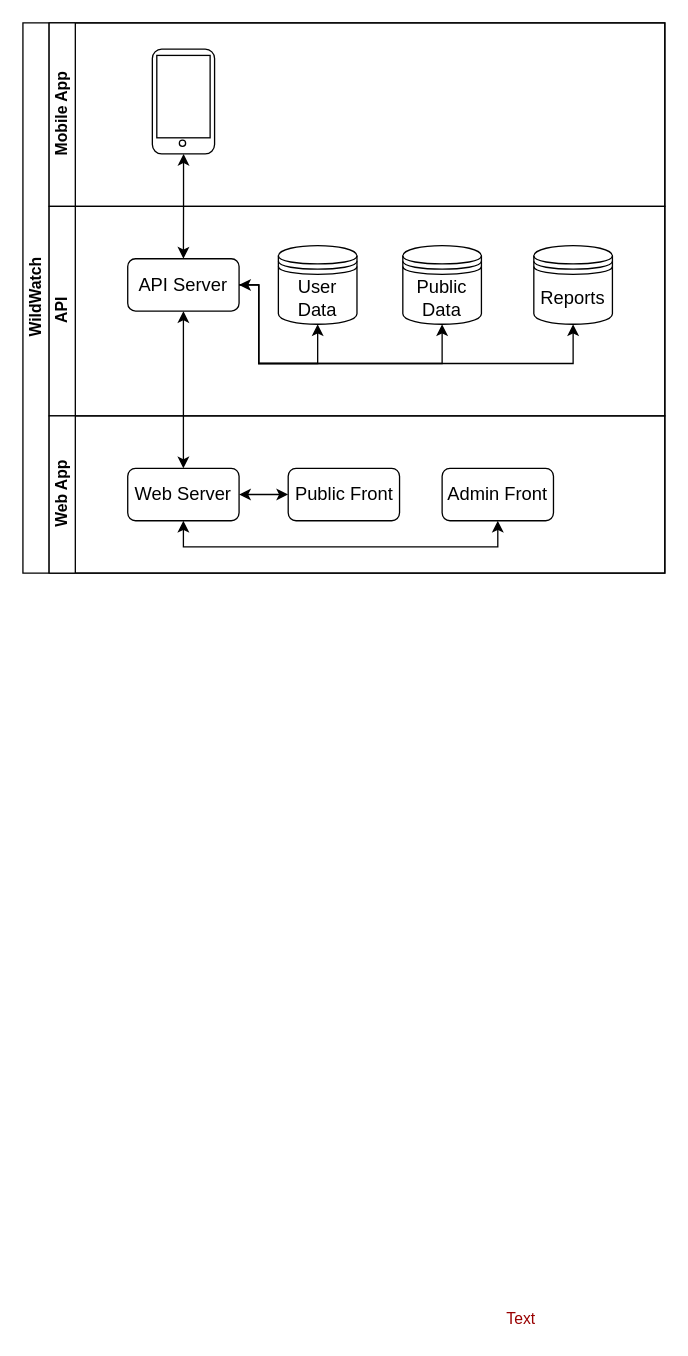
The draw.io diagram page "Swimlane" (5 of 5) of docs/WildWatchWeb.drawio in AlyShmahell/IonicBirdWatch, before the edit. Source tidied: cells renumbered, new cells numbered last; positions are measured from the earlier drawing's top-left corner, leaving out a move shared by most shapes. Both pictures are drawn from the tidied source at 131%, with x=0, y=0 at pixel (22, 22).
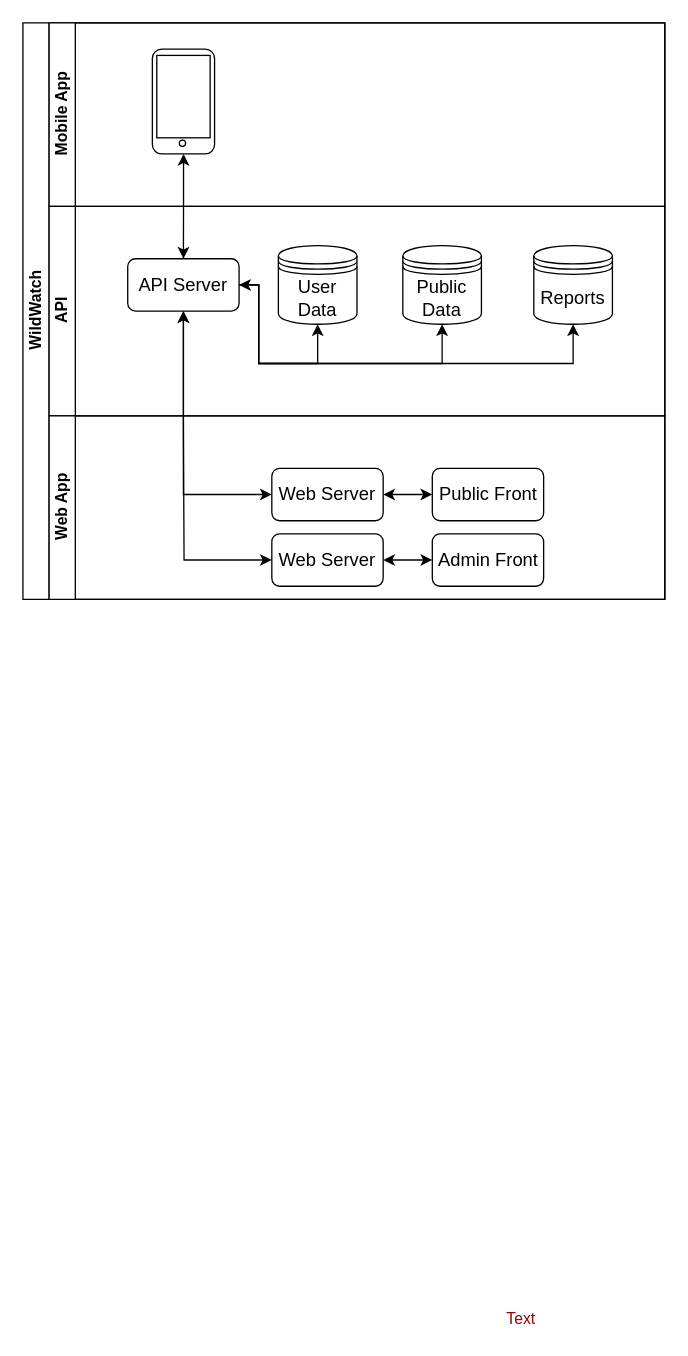
The same diagram, later.

Unchanged cells that the change refers to:
```xml
<mxCell id="13" value="API Server" style="rounded=1;whiteSpace=wrap;html=1;shadow=0;glass=0;comic=0;labelBackgroundColor=none;strokeColor=#000000;strokeWidth=1;fillColor=none;fontSize=14;fontColor=none;" parent="9" vertex="1">
  <mxGeometry x="60" y="40" width="85" height="40" as="geometry" />
</mxCell>
```

The edit, as a diff of the source:
```diff
@@
     <mxCell id="2" value="WildWatch" style="swimlane;html=1;horizontal=0;startSize=20;" parent="1" vertex="1">
-      <mxGeometry width="490" height="420" as="geometry" />
+      <mxGeometry width="490" height="440" as="geometry" />
     </mxCell>
@@
     <mxCell id="17" value="Web App" style="swimlane;html=1;startSize=20;horizontal=0;" parent="2" vertex="1">
-      <mxGeometry x="20" y="300" width="470" height="120" as="geometry" />
+      <mxGeometry x="20" y="300" width="470" height="140" as="geometry" />
     </mxCell>
-    <mxCell id="18" style="edgeStyle=orthogonalEdgeStyle;rounded=0;jettySize=auto;html=1;entryX=0.5;entryY=1;entryDx=0;entryDy=0;startArrow=classic;startFill=1;fontSize=14;fontColor=none;" parent="17" edge="1" source="19" target="20">
-      <mxGeometry relative="1" as="geometry">
-        <Array as="points">
-          <mxPoint x="342" y="100" />
-          <mxPoint x="102" y="100" />
-        </Array>
-      </mxGeometry>
-    </mxCell>
-    <mxCell id="19" value="Admin Front" style="rounded=1;whiteSpace=wrap;html=1;shadow=0;glass=0;comic=0;labelBackgroundColor=none;strokeColor=#000000;strokeWidth=1;fillColor=none;fontSize=14;fontColor=none;" parent="17" vertex="1">
-      <mxGeometry x="300" y="40" width="85" height="40" as="geometry" />
-    </mxCell>
     <mxCell id="20" value="Web Server" style="rounded=1;whiteSpace=wrap;html=1;shadow=0;glass=0;comic=0;labelBackgroundColor=none;strokeColor=#000000;strokeWidth=1;fillColor=none;fontSize=14;fontColor=none;" parent="17" vertex="1">
-      <mxGeometry x="60" y="40" width="85" height="40" as="geometry" />
+      <mxGeometry x="170" y="40" width="85" height="40" as="geometry" />
     </mxCell>
@@
     <mxCell id="22" value="Public Front" style="rounded=1;whiteSpace=wrap;html=1;shadow=0;glass=0;comic=0;labelBackgroundColor=none;strokeColor=#000000;strokeWidth=1;fillColor=none;fontSize=14;fontColor=none;" parent="17" vertex="1">
-      <mxGeometry x="182.5" y="40" width="85" height="40" as="geometry" />
+      <mxGeometry x="292.5" y="40" width="85" height="40" as="geometry" />
     </mxCell>
+    <mxCell id="26" style="edgeStyle=orthogonalEdgeStyle;rounded=0;jettySize=auto;html=1;entryX=0;entryY=0.5;entryDx=0;entryDy=0;startArrow=classic;startFill=1;fontSize=14;fontColor=none;" parent="17" edge="1" source="27" target="19">
+      <mxGeometry relative="1" as="geometry" />
+    </mxCell>
+    <mxCell id="19" value="Admin Front" style="rounded=1;whiteSpace=wrap;html=1;shadow=0;glass=0;comic=0;labelBackgroundColor=none;strokeColor=#000000;strokeWidth=1;fillColor=none;fontSize=14;fontColor=none;" parent="17" vertex="1">
+      <mxGeometry x="292.5" y="90" width="85" height="40" as="geometry" />
+    </mxCell>
+    <mxCell id="27" value="Web Server" style="rounded=1;whiteSpace=wrap;html=1;shadow=0;glass=0;comic=0;labelBackgroundColor=none;strokeColor=#000000;strokeWidth=1;fillColor=none;fontSize=14;fontColor=none;" parent="17" vertex="1">
+      <mxGeometry x="170" y="90" width="85" height="40" as="geometry" />
+    </mxCell>
@@
+    <mxCell id="28" style="edgeStyle=orthogonalEdgeStyle;rounded=0;jettySize=auto;html=1;entryX=0;entryY=0.5;entryDx=0;entryDy=0;startArrow=classic;startFill=1;fontSize=14;fontColor=none;" parent="2" edge="1" source="13" target="27">
+      <mxGeometry relative="1" as="geometry">
+        <Array as="points">
+          <mxPoint x="122" y="305" />
+          <mxPoint x="123" y="410" />
+        </Array>
+      </mxGeometry>
+    </mxCell>
```
